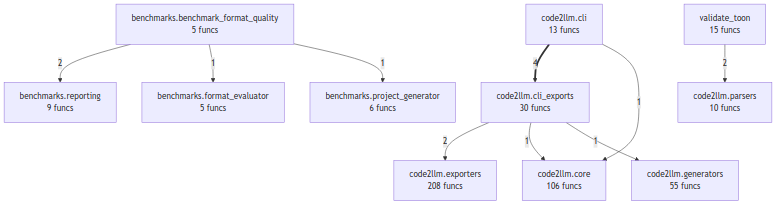
Before: project/compact_flow.png, a diagram exported from Mermaid (wronai/code2flow). Its source is kept beside it as project/compact_flow.mmd. Source of this version:
```mermaid
flowchart TD
    benchmarks_benchmark_format_quality["benchmarks.benchmark_format_quality<br/>5 funcs"]
    benchmarks_format_evaluator["benchmarks.format_evaluator<br/>5 funcs"]
    benchmarks_project_generator["benchmarks.project_generator<br/>6 funcs"]
    benchmarks_reporting["benchmarks.reporting<br/>9 funcs"]
    code2llm_cli["code2llm.cli<br/>13 funcs"]
    code2llm_cli_exports["code2llm.cli_exports<br/>30 funcs"]
    code2llm_core["code2llm.core<br/>106 funcs"]
    code2llm_exporters["code2llm.exporters<br/>208 funcs"]
    code2llm_generators["code2llm.generators<br/>55 funcs"]
    code2llm_parsers["code2llm.parsers<br/>10 funcs"]
    validate_toon["validate_toon<br/>15 funcs"]
    code2llm_cli ==>|4| code2llm_cli_exports
    validate_toon -->|2| code2llm_parsers
    code2llm_cli_exports -->|2| code2llm_exporters
    benchmarks_benchmark_format_quality -->|2| benchmarks_reporting
    code2llm_cli_exports -->|1| code2llm_core
    code2llm_cli_exports -->|1| code2llm_generators
    code2llm_cli -->|1| code2llm_core
    benchmarks_benchmark_format_quality -->|1| benchmarks_format_evaluator
    benchmarks_benchmark_format_quality -->|1| benchmarks_project_generator
```
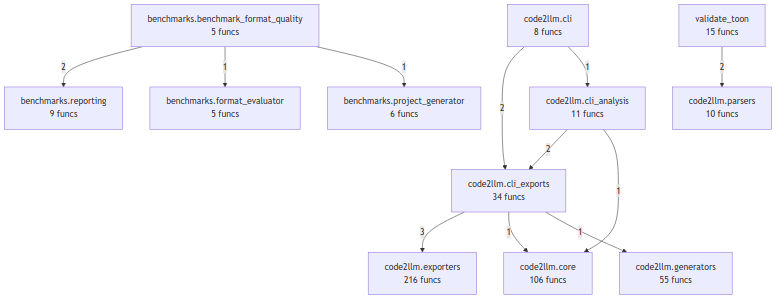
Above is the later version.

What changed in the source:
```diff
@@ -3,19 +3,22 @@
     benchmarks_format_evaluator["benchmarks.format_evaluator<br/>5 funcs"]
     benchmarks_project_generator["benchmarks.project_generator<br/>6 funcs"]
     benchmarks_reporting["benchmarks.reporting<br/>9 funcs"]
-    code2llm_cli["code2llm.cli<br/>13 funcs"]
-    code2llm_cli_exports["code2llm.cli_exports<br/>30 funcs"]
+    code2llm_cli["code2llm.cli<br/>8 funcs"]
+    code2llm_cli_analysis["code2llm.cli_analysis<br/>11 funcs"]
+    code2llm_cli_exports["code2llm.cli_exports<br/>34 funcs"]
     code2llm_core["code2llm.core<br/>106 funcs"]
-    code2llm_exporters["code2llm.exporters<br/>208 funcs"]
+    code2llm_exporters["code2llm.exporters<br/>216 funcs"]
     code2llm_generators["code2llm.generators<br/>55 funcs"]
     code2llm_parsers["code2llm.parsers<br/>10 funcs"]
     validate_toon["validate_toon<br/>15 funcs"]
-    code2llm_cli ==>|4| code2llm_cli_exports
+    code2llm_cli_exports -->|3| code2llm_exporters
     validate_toon -->|2| code2llm_parsers
-    code2llm_cli_exports -->|2| code2llm_exporters
+    code2llm_cli_analysis -->|2| code2llm_cli_exports
+    code2llm_cli -->|2| code2llm_cli_exports
     benchmarks_benchmark_format_quality -->|2| benchmarks_reporting
+    code2llm_cli_analysis -->|1| code2llm_core
+    code2llm_cli -->|1| code2llm_cli_analysis
+    benchmarks_benchmark_format_quality -->|1| benchmarks_format_evaluator
+    benchmarks_benchmark_format_quality -->|1| benchmarks_project_generator
     code2llm_cli_exports -->|1| code2llm_core
     code2llm_cli_exports -->|1| code2llm_generators
-    code2llm_cli -->|1| code2llm_core
-    benchmarks_benchmark_format_quality -->|1| benchmarks_format_evaluator
-    benchmarks_benchmark_format_quality -->|1| benchmarks_project_generator
```
